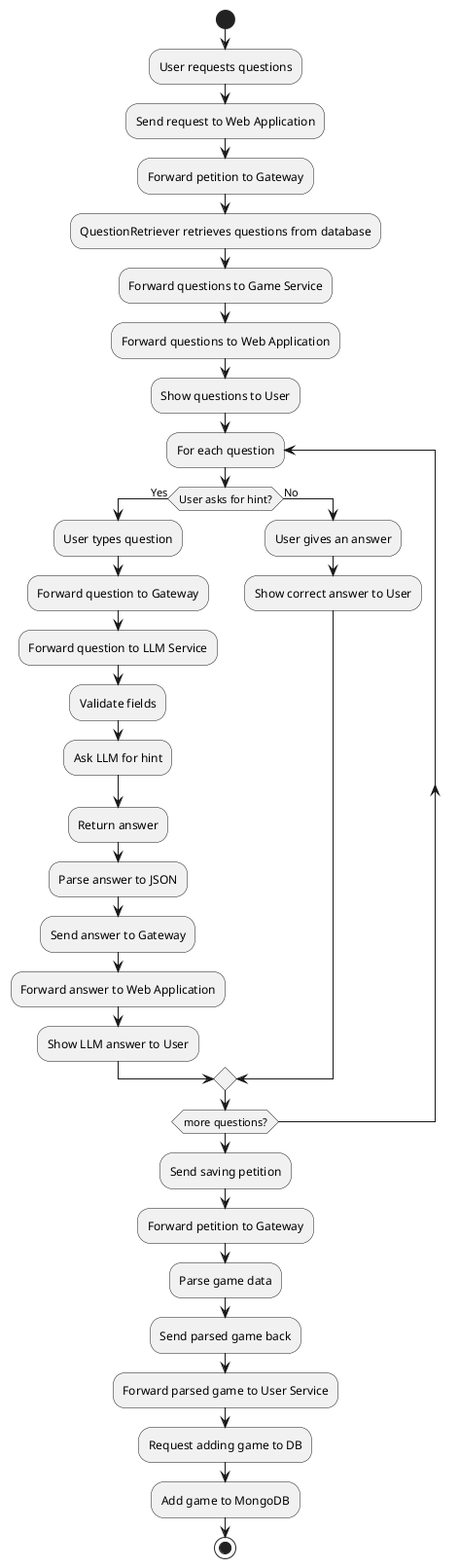
Before: images/Game diagram.png, a diagram exported from PlantUML (Arquisoft/wichat_en2b).
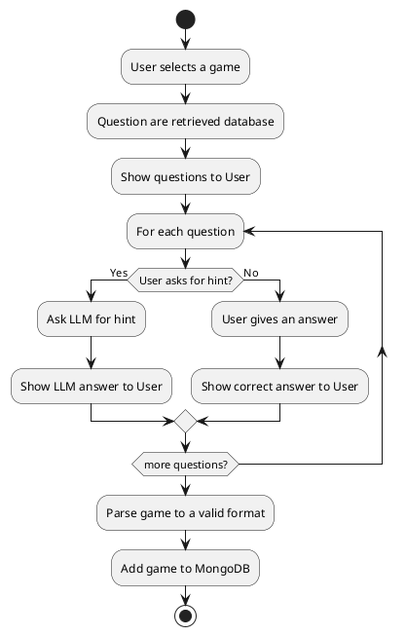
Above is the later version.

The edit, as a diff of the source:
```diff
@@ -1,26 +1,14 @@
 @startuml
 start
 
-:User requests questions;
-:Send request to Web Application;
-:Forward petition to Gateway;
-:QuestionRetriever retrieves questions from database;
-:Forward questions to Game Service;
-:Forward questions to Web Application;
+:User selects a game;
+:Question are retrieved database;
 :Show questions to User;
 
 repeat :For each question;
 
     if (User asks for hint?) then (Yes)
-        :User types question;
-        :Forward question to Gateway;
-        :Forward question to LLM Service;
-        :Validate fields;
         :Ask LLM for hint;
-        :Return answer;
-        :Parse answer to JSON;
-        :Send answer to Gateway;
-        :Forward answer to Web Application;
         :Show LLM answer to User;
     else (No)
         :User gives an answer;
@@ -28,12 +16,7 @@
     endif
 repeat while (more questions?)
 
-:Send saving petition;
-:Forward petition to Gateway;
-:Parse game data;
-:Send parsed game back;
-:Forward parsed game to User Service;
-:Request adding game to DB;
+:Parse game to a valid format;
 :Add game to MongoDB;
 
 stop
```
